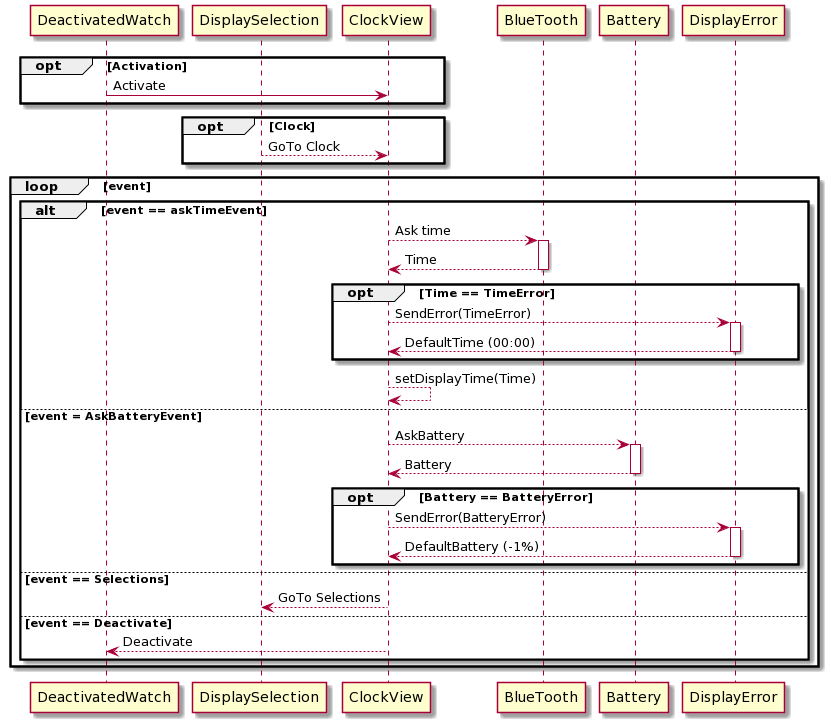
Earlier version of the PlantUML export uml/sequence_diagrams/ClockView.png (markroche92/sw-eng-smart-watch).
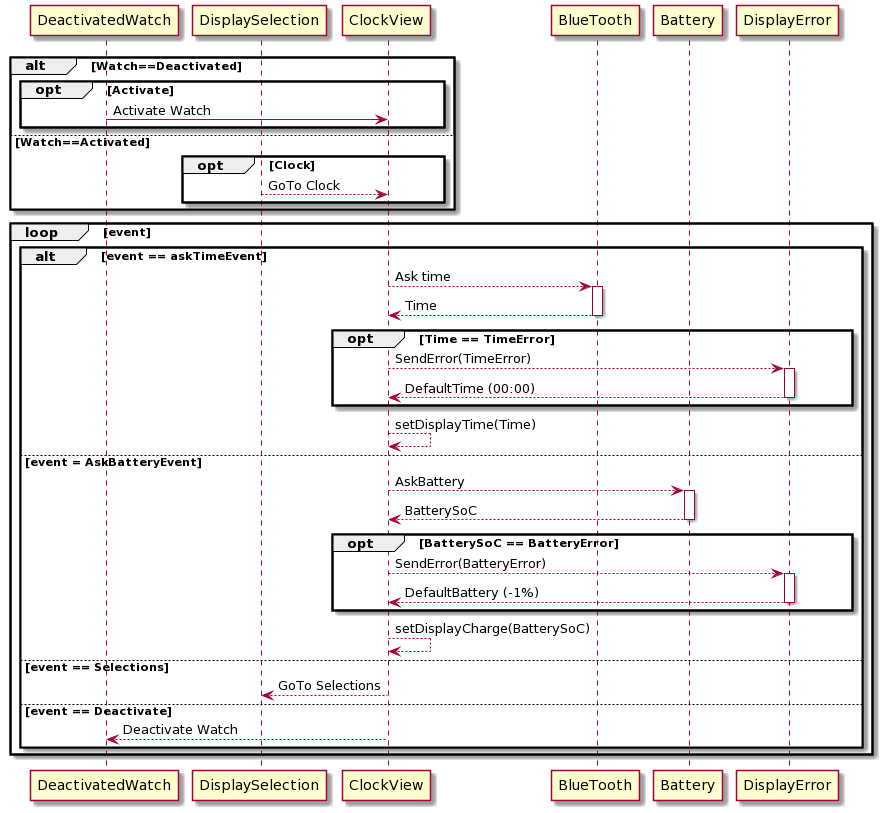
Above is the later version.

Diff of the diagram source:
```diff
@@ -6,12 +6,14 @@
 participant Battery
 participant DisplayError
 
-
-opt Activation
-  DeactivatedWatch -> ClockView:  Activate
+alt Watch==Deactivated
+opt Activate
+  DeactivatedWatch -> ClockView : Activate Watch
 end
+else Watch==Activated
 opt Clock
   DisplaySelection --> ClockView : GoTo Clock
+end
 end
 loop event
 alt event == askTimeEvent
@@ -29,18 +31,19 @@
 else event = AskBatteryEvent
 ClockView --> Battery: AskBattery
 Activate Battery
-Battery --> ClockView: Battery
+Battery --> ClockView: BatterySoC
 Deactivate Battery
-opt Battery == BatteryError
+opt BatterySoC == BatteryError
   ClockView --> DisplayError : SendError(BatteryError)
   Activate DisplayError
   DisplayError --> ClockView : DefaultBattery (-1%)
   Deactivate DisplayError
 end
+ClockView --> ClockView: setDisplayCharge(BatterySoC)
 else event == Selections
   ClockView --> DisplaySelection : GoTo Selections
 else event == Deactivate
-  ClockView --> DeactivatedWatch : Deactivate
+  ClockView --> DeactivatedWatch : Deactivate Watch
 end
 end
 @enduml
```
